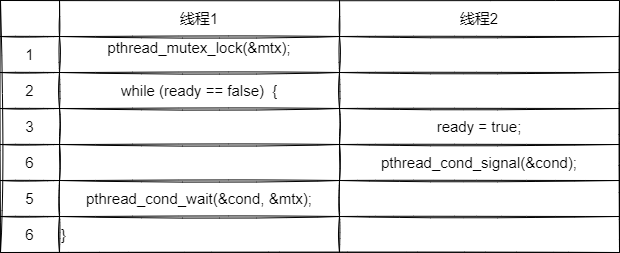
Earlier version of the draw.io export os/条件变量需要互斥锁的理由.drawio.png (guxdong/imgrepo). Source tidied: cells renumbered, new cells last; positions are measured from the earlier drawing's top-left corner, leaving out a move shared by most shapes.
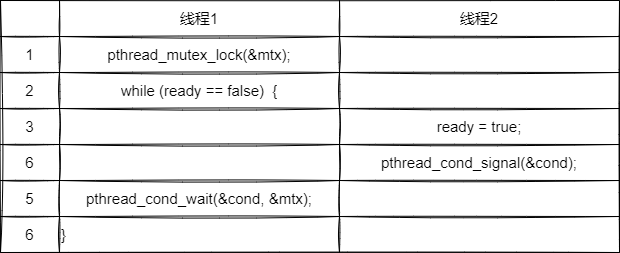
The same file after the commit.

Commit message:
更新条件变量需要互斥锁的理由.drawio.png

The edit, as a diff of the source:
```diff
@@ -23,7 +23,7 @@
     <mxCell id="8" value="1" style="shape=partialRectangle;html=1;whiteSpace=wrap;overflow=hidden;fillColor=none;top=0;left=0;bottom=0;right=0;rounded=0;fontSize=15;sketch=1;" parent="7" vertex="1">
       <mxGeometry width="59" height="36" as="geometry" />
     </mxCell>
-    <mxCell id="9" value="&lt;div style=&quot;font-size: 15px;&quot;&gt;pthread_mutex_lock(&amp;amp;mtx);&lt;/div&gt;&lt;div style=&quot;font-size: 15px;&quot;&gt;&lt;br style=&quot;font-size: 15px;&quot;&gt;&lt;/div&gt;" style="shape=partialRectangle;html=1;whiteSpace=wrap;overflow=hidden;fillColor=none;top=0;left=0;bottom=0;right=0;rounded=0;fontSize=15;sketch=1;" parent="7" vertex="1">
+    <mxCell id="9" value="&lt;div style=&quot;font-size: 15px;&quot;&gt;pthread_mutex_lock(&amp;amp;mtx);&lt;/div&gt;" style="shape=partialRectangle;html=1;whiteSpace=wrap;overflow=hidden;fillColor=none;top=0;left=0;bottom=0;right=0;rounded=0;fontSize=15;sketch=1;" parent="7" vertex="1">
       <mxGeometry x="59" width="280" height="36" as="geometry" />
     </mxCell>
     <mxCell id="10" style="shape=partialRectangle;html=1;whiteSpace=wrap;overflow=hidden;fillColor=none;top=0;left=0;bottom=0;right=0;rounded=0;fontSize=15;sketch=1;" parent="7" vertex="1">
```
